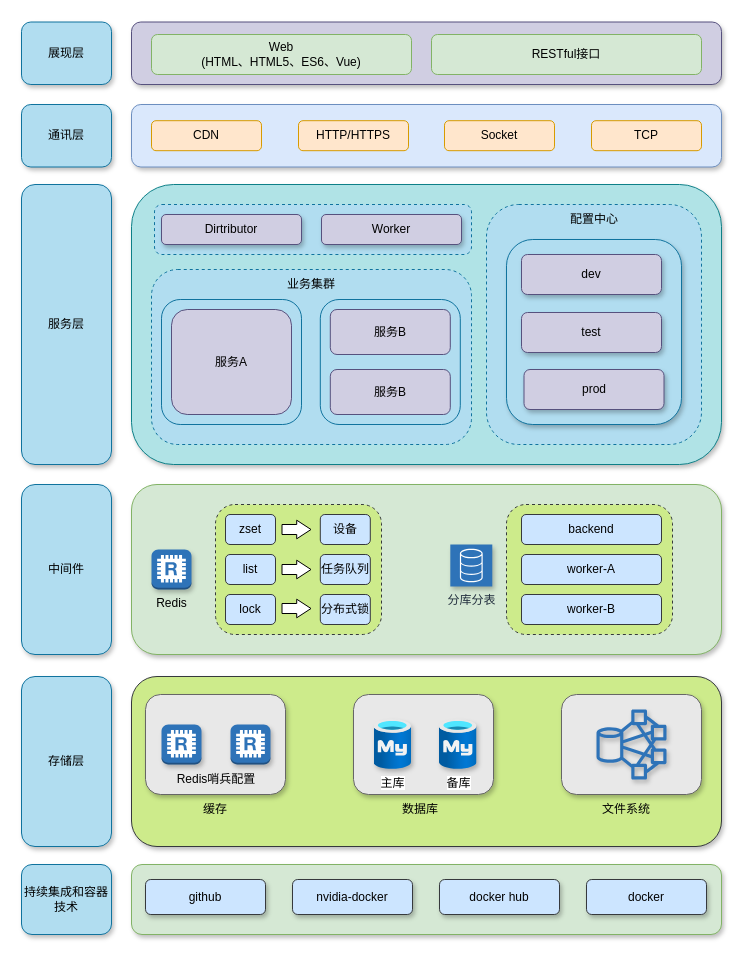
Before: sys_struct.drawio in foreignbill/drawio, a draw.io diagram. Source tidied: cells renumbered, new cells numbered last; positions are measured from the earlier drawing's top-left corner, leaving out a move shared by most shapes. Both pictures are drawn from the tidied source at 100%, with x=0, y=0 at pixel (21, 22).
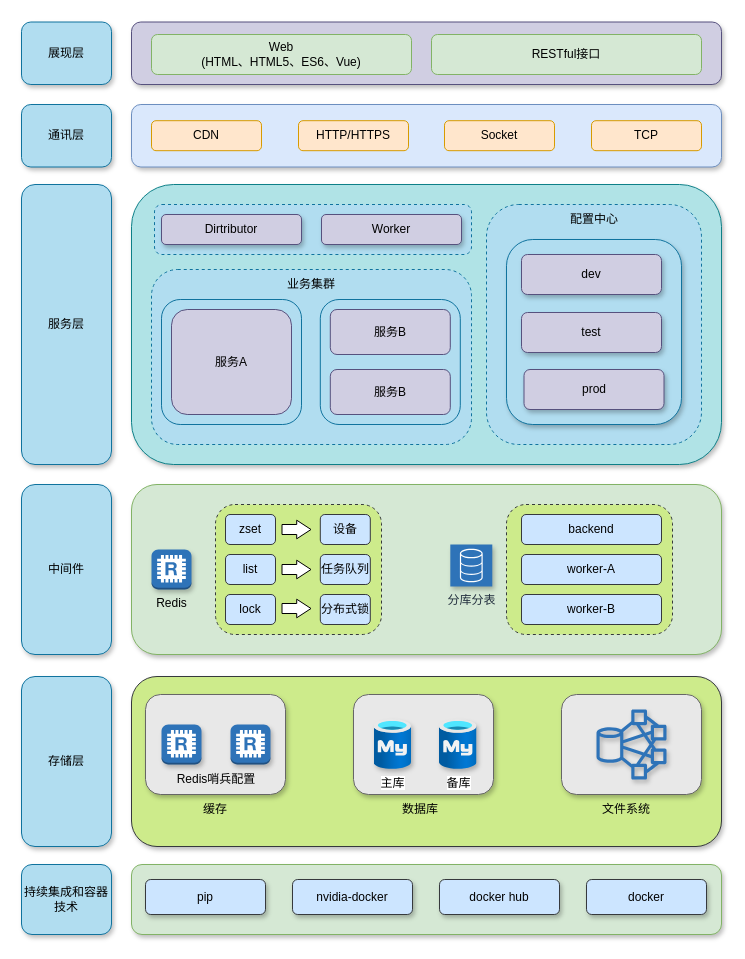
The same diagram, later.

Diff of the diagram source:
```diff
@@
-    <mxCell id="34" value="github" style="rounded=1;whiteSpace=wrap;html=1;shadow=1;sketch=0;fillColor=#cce5ff;strokeColor=#36393d;" parent="1" vertex="1">
+    <mxCell id="34" value="pip" style="rounded=1;whiteSpace=wrap;html=1;shadow=1;sketch=0;fillColor=#cce5ff;strokeColor=#36393d;" parent="1" vertex="1">
       <mxGeometry x="124" y="857" width="120" height="35" as="geometry" />
     </mxCell>
```
